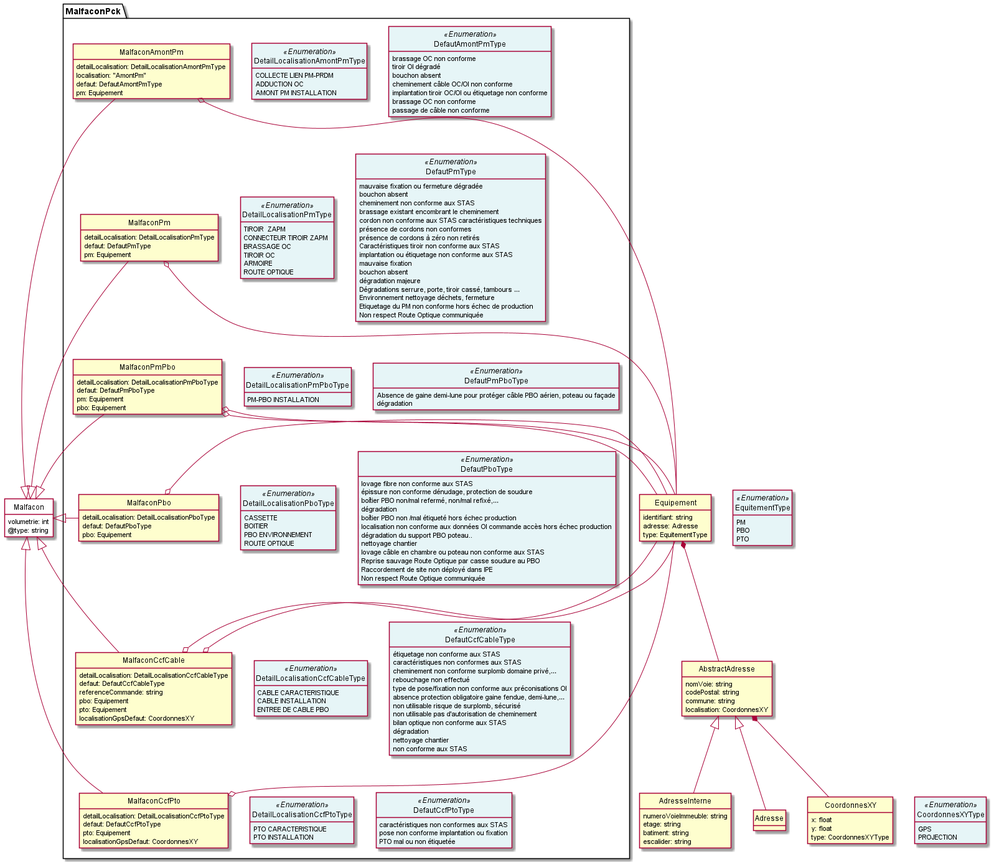
Above: images/model-malfacon-oi-oc.png in before-interop/malfacon (PlantUML), before the change.
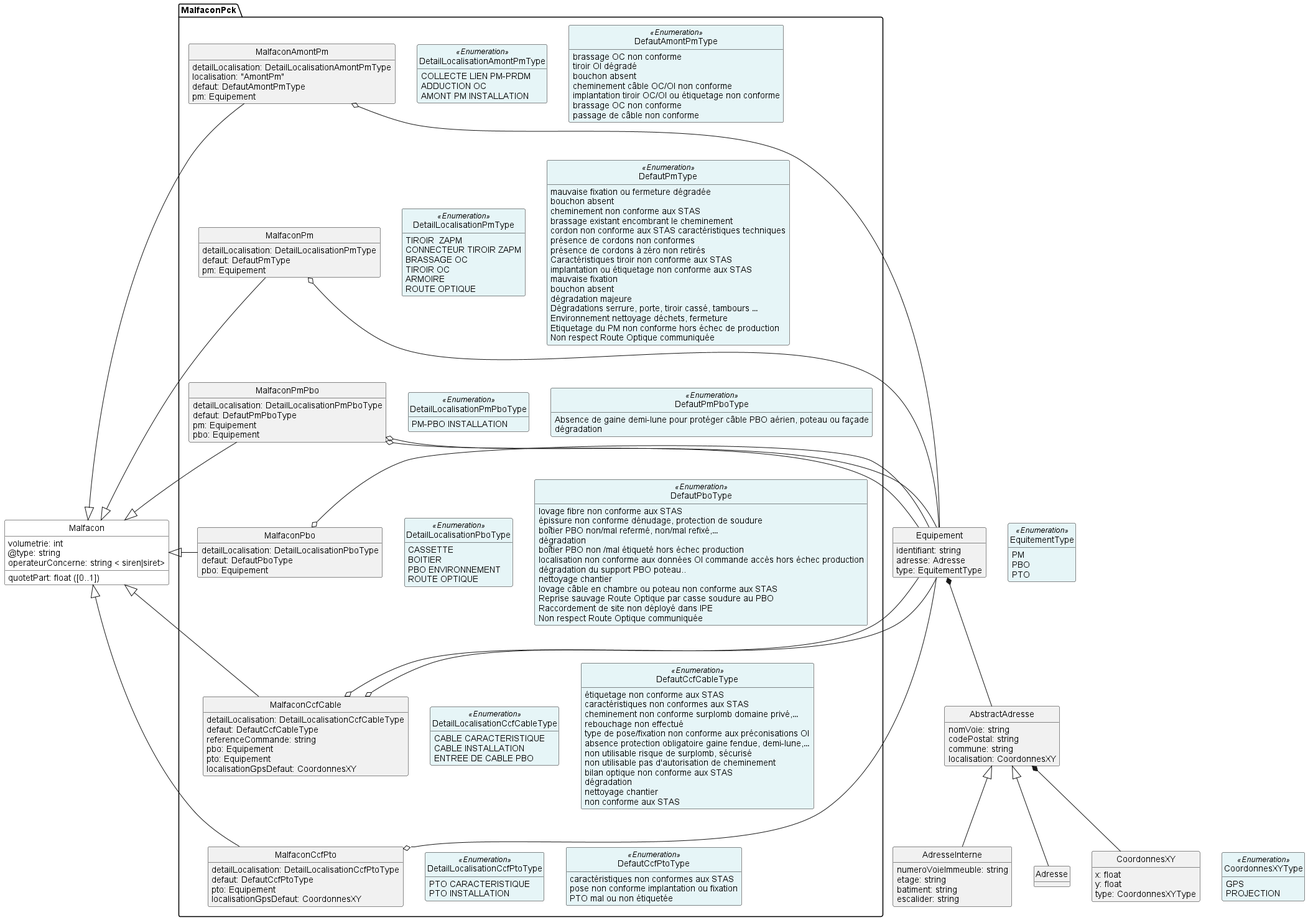
The same diagram one commit later.

Commit message:
mise à jour modélisation malfacon avec la prise en charge des deux attributs quotePart et operateurConcerné

What changed in the source:
```diff
@@ -174,6 +174,8 @@
 {
     volumetrie: int
     @type: string
+    quotetPart: float ([0..1])
+    operateurConcerne: string < siren|siret>
 }
 enum DetailLocalisationAmontPmType <<Enumeration>> #e6f5f7
 {
```
